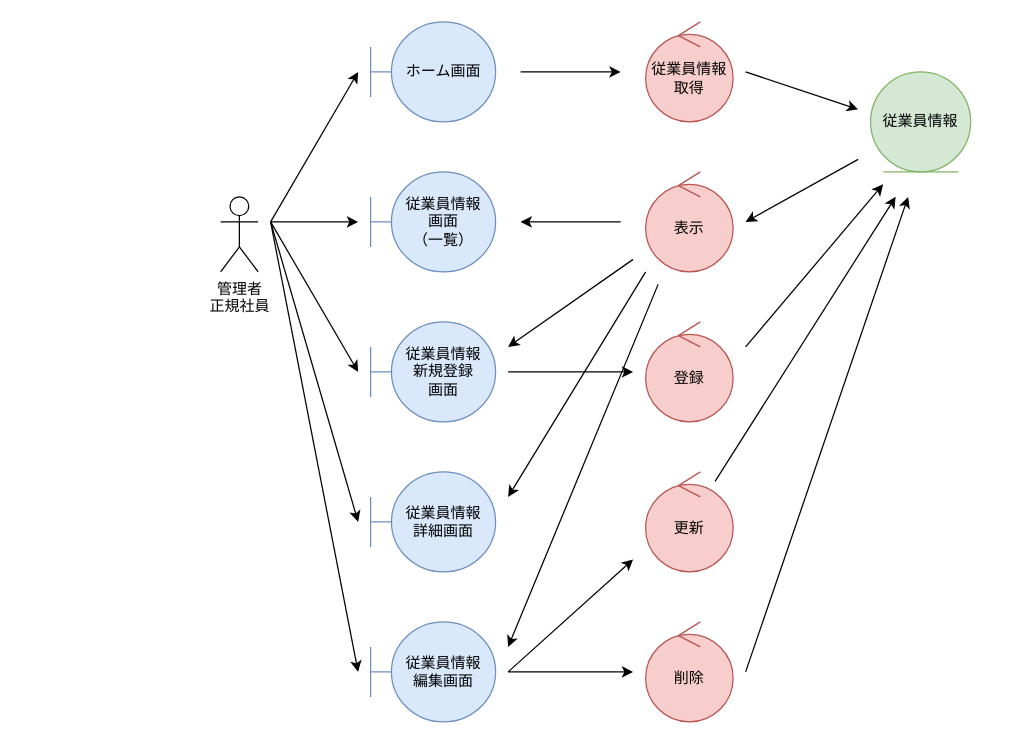
Earlier version of the draw.io diagram page "従業員情報管理" (1 of 7) of 各種設計書/3ロバストネス図/人事管理/従業員情報管理.drawio (HaruShim/Sotuken). Source tidied: cells renumbered, new cells numbered last; positions are measured from the earlier drawing's top-left corner, leaving out a move shared by most shapes. Both pictures are drawn from the tidied source at 125%, with x=0, y=0 at pixel (220, 21).
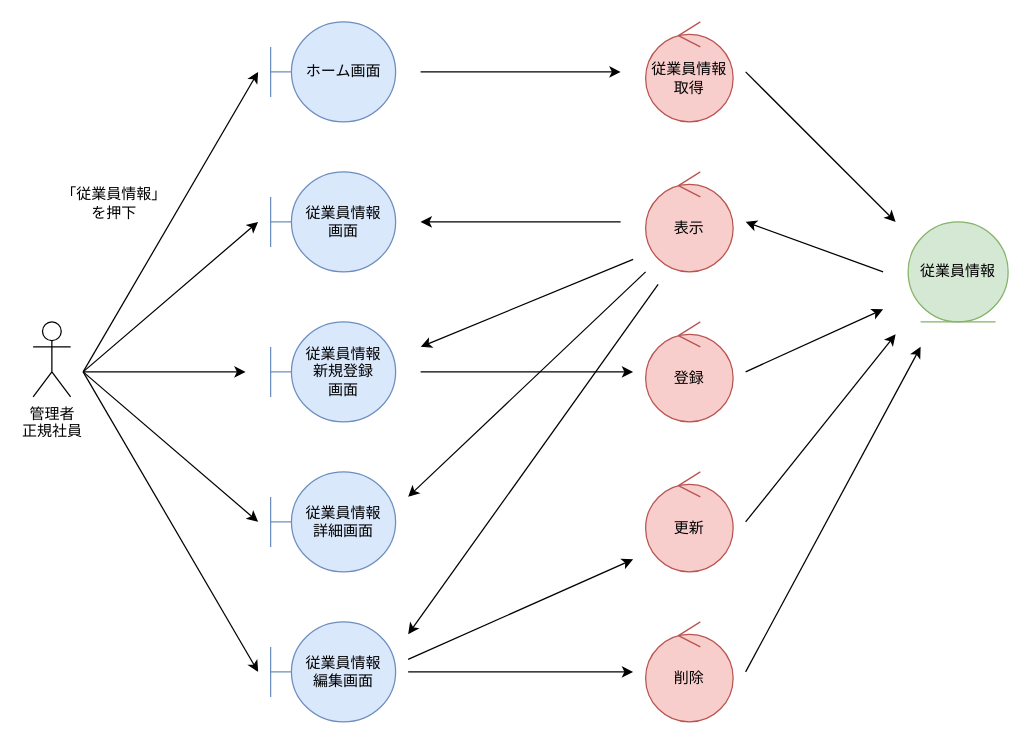
The same page after the edit.

Unchanged cells that the change refers to:
```xml
<mxCell id="12" value="更新" style="ellipse;shape=umlControl;whiteSpace=wrap;html=1;fillColor=#f8cecc;strokeColor=#b85450;" parent="1" vertex="1">
  <mxGeometry x="340" y="360" width="70" height="80" as="geometry" />
</mxCell>
```

Change to the diagram source:
```diff
@@
     <mxCell id="2" value="管理者&lt;br&gt;正規社員" style="shape=umlActor;verticalLabelPosition=bottom;verticalAlign=top;html=1;" parent="1" vertex="1">
-      <mxGeometry y="140" width="30" height="60" as="geometry" />
+      <mxGeometry x="-150" y="240" width="30" height="60" as="geometry" />
     </mxCell>
     <mxCell id="3" value="ホーム画面" style="shape=umlBoundary;whiteSpace=wrap;html=1;fillColor=#dae8fc;strokeColor=#6c8ebf;" parent="1" vertex="1">
-      <mxGeometry x="120" width="100" height="80" as="geometry" />
+      <mxGeometry x="40" width="100" height="80" as="geometry" />
     </mxCell>
-    <mxCell id="4" value="従業員情報&lt;br&gt;画面&lt;br&gt;（一覧）" style="shape=umlBoundary;whiteSpace=wrap;html=1;fillColor=#dae8fc;strokeColor=#6c8ebf;" parent="1" vertex="1">
-      <mxGeometry x="120" y="120" width="100" height="80" as="geometry" />
+    <mxCell id="4" value="従業員情報&lt;br&gt;画面" style="shape=umlBoundary;whiteSpace=wrap;html=1;fillColor=#dae8fc;strokeColor=#6c8ebf;" parent="1" vertex="1">
+      <mxGeometry x="40" y="120" width="100" height="80" as="geometry" />
     </mxCell>
     <mxCell id="5" value="従業員情報&lt;br&gt;新規登録&lt;br&gt;画面" style="shape=umlBoundary;whiteSpace=wrap;html=1;fillColor=#dae8fc;strokeColor=#6c8ebf;" parent="1" vertex="1">
-      <mxGeometry x="120" y="240" width="100" height="80" as="geometry" />
+      <mxGeometry x="40" y="240" width="100" height="80" as="geometry" />
     </mxCell>
@@
     <mxCell id="7" value="従業員情報" style="ellipse;shape=umlEntity;whiteSpace=wrap;html=1;fillColor=#d5e8d4;strokeColor=#82b366;" parent="1" vertex="1">
-      <mxGeometry x="520" y="40" width="80" height="80" as="geometry" />
+      <mxGeometry x="550" y="160" width="80" height="80" as="geometry" />
     </mxCell>
@@
-    <mxCell id="10" style="endArrow=classic;html=1;rounded=0;" parent="1" edge="1">
-      <mxGeometry relative="1" as="geometry">
-        <mxPoint x="40" y="160" as="sourcePoint" />
-        <mxPoint x="110" y="40" as="targetPoint" />
-      </mxGeometry>
-    </mxCell>
     <mxCell id="11" value="従業員情報&lt;br&gt;詳細画面" style="shape=umlBoundary;whiteSpace=wrap;html=1;fillColor=#dae8fc;strokeColor=#6c8ebf;" parent="1" vertex="1">
-      <mxGeometry x="120" y="360" width="100" height="80" as="geometry" />
+      <mxGeometry x="40" y="360" width="100" height="80" as="geometry" />
     </mxCell>
@@
     <mxCell id="14" style="endArrow=classic;html=1;rounded=0;" parent="1" edge="1">
       <mxGeometry relative="1" as="geometry">
-        <mxPoint x="240" y="40" as="sourcePoint" />
+        <mxPoint x="160" y="40" as="sourcePoint" />
         <mxPoint x="320" y="40" as="targetPoint" />
       </mxGeometry>
     </mxCell>
     <mxCell id="15" style="endArrow=classic;html=1;rounded=0;" parent="1" edge="1">
       <mxGeometry relative="1" as="geometry">
         <mxPoint x="420" y="40" as="sourcePoint" />
-        <mxPoint x="510" y="70" as="targetPoint" />
+        <mxPoint x="540" y="160" as="targetPoint" />
       </mxGeometry>
     </mxCell>
     <mxCell id="16" style="endArrow=classic;html=1;rounded=0;" parent="1" edge="1">
       <mxGeometry relative="1" as="geometry">
-        <mxPoint x="510" y="110" as="sourcePoint" />
+        <mxPoint x="530" y="200" as="sourcePoint" />
         <mxPoint x="420" y="160" as="targetPoint" />
       </mxGeometry>
     </mxCell>
     <mxCell id="17" style="endArrow=classic;html=1;rounded=0;" parent="1" edge="1">
       <mxGeometry relative="1" as="geometry">
         <mxPoint x="320" y="160" as="sourcePoint" />
-        <mxPoint x="240" y="160" as="targetPoint" />
+        <mxPoint x="160" y="160" as="targetPoint" />
       </mxGeometry>
     </mxCell>
     <mxCell id="18" style="endArrow=classic;html=1;rounded=0;" parent="1" edge="1">
       <mxGeometry relative="1" as="geometry">
         <mxPoint x="330" y="190" as="sourcePoint" />
-        <mxPoint x="230" y="260" as="targetPoint" />
+        <mxPoint x="160" y="260" as="targetPoint" />
       </mxGeometry>
     </mxCell>
     <mxCell id="19" style="endArrow=classic;html=1;rounded=0;" parent="1" edge="1">
       <mxGeometry relative="1" as="geometry">
-        <mxPoint x="230" y="280" as="sourcePoint" />
+        <mxPoint x="160" y="280" as="sourcePoint" />
         <mxPoint x="330" y="280" as="targetPoint" />
       </mxGeometry>
     </mxCell>
     <mxCell id="20" style="endArrow=classic;html=1;rounded=0;" parent="1" edge="1">
       <mxGeometry relative="1" as="geometry">
-        <mxPoint x="420" y="260" as="sourcePoint" />
-        <mxPoint x="530" y="130" as="targetPoint" />
+        <mxPoint x="420" y="280" as="sourcePoint" />
+        <mxPoint x="530" y="230" as="targetPoint" />
       </mxGeometry>
     </mxCell>
-    <mxCell id="21" style="endArrow=classic;html=1;rounded=0;" parent="1" edge="1">
-      <mxGeometry relative="1" as="geometry">
-        <mxPoint x="40" y="160" as="sourcePoint" />
-        <mxPoint x="110" y="280" as="targetPoint" />
-      </mxGeometry>
-    </mxCell>
-    <mxCell id="22" style="endArrow=classic;html=1;rounded=0;" parent="1" edge="1">
-      <mxGeometry relative="1" as="geometry">
-        <mxPoint x="40" y="160" as="sourcePoint" />
-        <mxPoint x="110" y="400" as="targetPoint" />
-      </mxGeometry>
-    </mxCell>
-    <mxCell id="23" style="endArrow=classic;html=1;rounded=0;" parent="1" edge="1">
-      <mxGeometry relative="1" as="geometry">
-        <mxPoint x="40" y="160" as="sourcePoint" />
-        <mxPoint x="110" y="160" as="targetPoint" />
-      </mxGeometry>
-    </mxCell>
     <mxCell id="24" style="endArrow=classic;html=1;rounded=0;" parent="1" edge="1">
       <mxGeometry relative="1" as="geometry">
         <mxPoint x="340" y="200" as="sourcePoint" />
-        <mxPoint x="230" y="380" as="targetPoint" />
+        <mxPoint x="150" y="380" as="targetPoint" />
       </mxGeometry>
     </mxCell>
     <mxCell id="25" value="従業員情報&lt;br&gt;編集画面" style="shape=umlBoundary;whiteSpace=wrap;html=1;fillColor=#dae8fc;strokeColor=#6c8ebf;" parent="1" vertex="1">
-      <mxGeometry x="120" y="480" width="100" height="80" as="geometry" />
+      <mxGeometry x="40" y="480" width="100" height="80" as="geometry" />
     </mxCell>
     <mxCell id="26" style="endArrow=classic;html=1;rounded=0;" parent="1" edge="1">
       <mxGeometry relative="1" as="geometry">
         <mxPoint x="350" y="210" as="sourcePoint" />
-        <mxPoint x="230" y="500" as="targetPoint" />
+        <mxPoint x="150" y="490" as="targetPoint" />
       </mxGeometry>
     </mxCell>
     <mxCell id="27" style="endArrow=classic;html=1;rounded=0;" parent="1" edge="1">
       <mxGeometry relative="1" as="geometry">
-        <mxPoint x="230" y="520" as="sourcePoint" />
+        <mxPoint x="150" y="510" as="sourcePoint" />
         <mxPoint x="330" y="430" as="targetPoint" />
       </mxGeometry>
     </mxCell>
-    <mxCell id="28" style="endArrow=classic;html=1;rounded=0;" parent="1" edge="1" source="12">
+    <mxCell id="28" style="endArrow=classic;html=1;rounded=0;" parent="1" edge="1">
       <mxGeometry relative="1" as="geometry">
-        <mxPoint x="540" y="140" as="targetPoint" />
+        <mxPoint x="420" y="400" as="sourcePoint" />
+        <mxPoint x="540" y="250" as="targetPoint" />
       </mxGeometry>
     </mxCell>
     <mxCell id="29" style="endArrow=classic;html=1;rounded=0;" parent="1" edge="1">
       <mxGeometry relative="1" as="geometry">
-        <mxPoint x="230" y="520" as="sourcePoint" />
+        <mxPoint x="150" y="520" as="sourcePoint" />
         <mxPoint x="330" y="520" as="targetPoint" />
       </mxGeometry>
     </mxCell>
     <mxCell id="30" style="endArrow=classic;html=1;rounded=0;" parent="1" edge="1">
       <mxGeometry relative="1" as="geometry">
         <mxPoint x="420" y="520" as="sourcePoint" />
-        <mxPoint x="550" y="140" as="targetPoint" />
+        <mxPoint x="560" y="260" as="targetPoint" />
       </mxGeometry>
     </mxCell>
-    <mxCell id="31" style="endArrow=classic;html=1;rounded=0;" parent="1" edge="1">
-      <mxGeometry relative="1" as="geometry">
-        <mxPoint x="40" y="160" as="sourcePoint" />
-        <mxPoint x="110" y="520" as="targetPoint" />
-      </mxGeometry>
-    </mxCell>
+    <mxCell id="32" value="「従業員情報」&lt;br&gt;を押下" style="text;html=1;strokeColor=none;fillColor=none;align=center;verticalAlign=middle;whiteSpace=wrap;rounded=0;" parent="1" vertex="1">
+      <mxGeometry x="-130" y="130" width="90" height="30" as="geometry" />
+    </mxCell>
+    <mxCell id="33" style="endArrow=classic;html=1;rounded=0;" parent="1" edge="1">
+      <mxGeometry relative="1" as="geometry">
+        <mxPoint x="-110" y="280" as="sourcePoint" />
+        <mxPoint x="30" y="40" as="targetPoint" />
+      </mxGeometry>
+    </mxCell>
+    <mxCell id="34" style="endArrow=classic;html=1;rounded=0;" parent="1" edge="1">
+      <mxGeometry relative="1" as="geometry">
+        <mxPoint x="-110" y="280" as="sourcePoint" />
+        <mxPoint x="20" y="280" as="targetPoint" />
+      </mxGeometry>
+    </mxCell>
+    <mxCell id="35" style="endArrow=classic;html=1;rounded=0;" parent="1" edge="1">
+      <mxGeometry relative="1" as="geometry">
+        <mxPoint x="-110" y="280" as="sourcePoint" />
+        <mxPoint x="30" y="400" as="targetPoint" />
+      </mxGeometry>
+    </mxCell>
+    <mxCell id="36" style="endArrow=classic;html=1;rounded=0;" parent="1" edge="1">
+      <mxGeometry relative="1" as="geometry">
+        <mxPoint x="-110" y="280" as="sourcePoint" />
+        <mxPoint x="30" y="520" as="targetPoint" />
+      </mxGeometry>
+    </mxCell>
+    <mxCell id="37" style="endArrow=classic;html=1;rounded=0;" parent="1" edge="1">
+      <mxGeometry relative="1" as="geometry">
+        <mxPoint x="-110" y="280" as="sourcePoint" />
+        <mxPoint x="30" y="160" as="targetPoint" />
+      </mxGeometry>
+    </mxCell>
```
